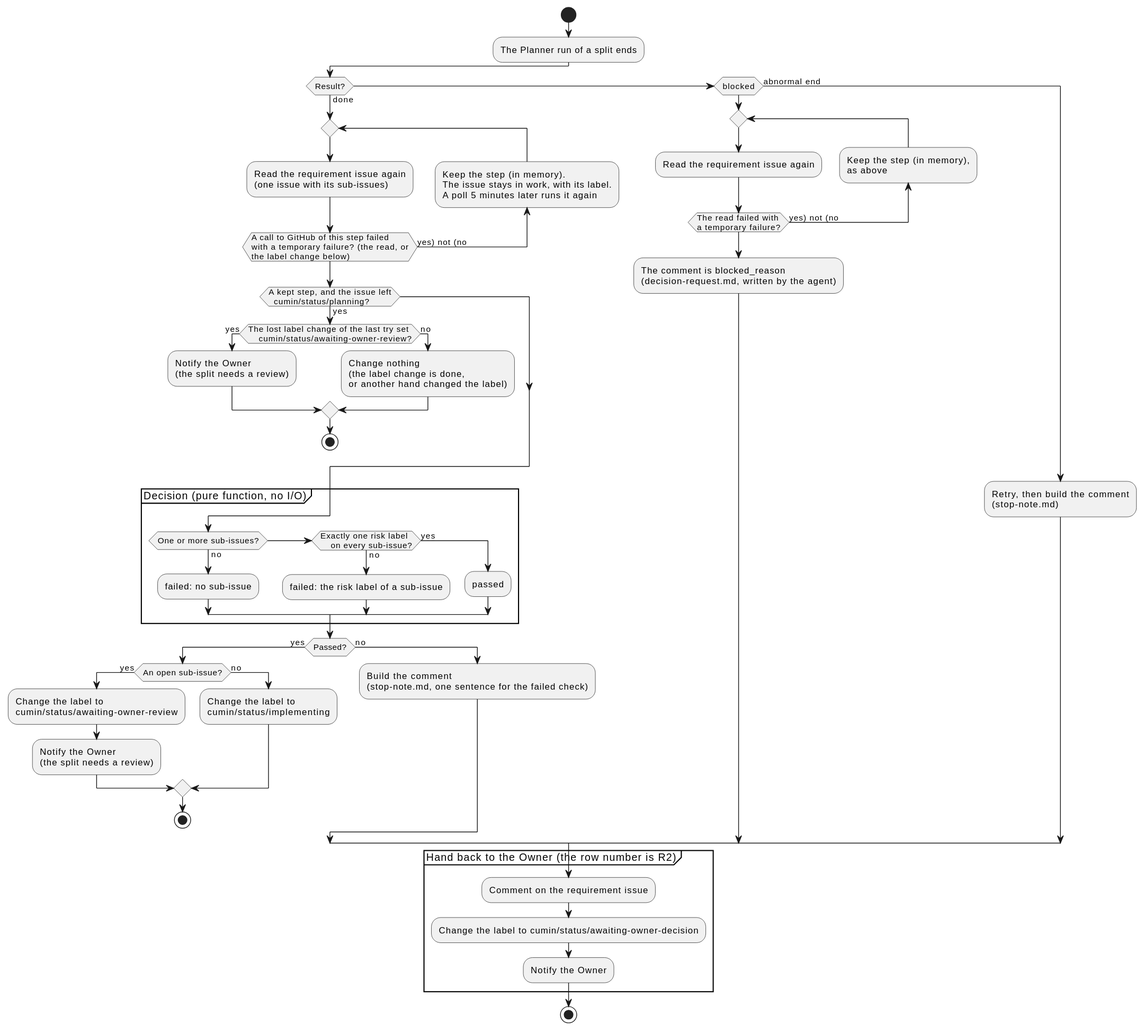
Before: docs/ja/designs/poll-split.svg, a diagram exported from PlantUML (cloveclovedev/cumin-works). The source it was exported from:
```plantuml
@startuml
skinparam shadowing false
skinparam defaultFontName sans-serif

start
:The Planner run of a split ends;
if (Result?) then (done)
  repeat
    :Read the requirement issue again
    (one issue with its sub-issues);
    backward :Keep the step (in memory).
    The issue stays in work, with its label.
    A poll 5 minutes later runs it again;
  repeat while (A call to GitHub of this step failed
  with a temporary failure? (the read, or
  the label change below)) is (yes) not (no)
  if (A kept step, and the issue left
  cumin/status/planning?) then (yes)
    if (The lost label change of the last try set
    cumin/status/awaiting-owner-review?) then (yes)
      :Notify the Owner
      (the split needs a review);
    else (no)
      :Change nothing
      (the label change is done,
      or another hand changed the label);
    endif
    stop
  endif
  partition "Decision (pure function, no I/O)" {
    if (One or more sub-issues?) then (no)
      :failed: no sub-issue;
    elseif (Exactly one risk label
    on every sub-issue?) then (no)
      :failed: the risk label of a sub-issue;
    else (yes)
      :passed;
    endif
  }
  if (Passed?) then (yes)
    if (An open sub-issue?) then (yes)
      :Change the label to
      cumin/status/awaiting-owner-review;
      :Notify the Owner
      (the split needs a review);
    else (no)
      :Change the label to
      cumin/status/implementing;
    endif
    stop
  else (no)
    :Build the comment
    (stop-note.md, one sentence for the failed check);
  endif
elseif (blocked) then
  repeat
    :Read the requirement issue again;
    backward :Keep the step (in memory),
    as above;
  repeat while (The read failed with
  a temporary failure?) is (yes) not (no)
  :The comment is blocked_reason
  (decision-request.md, written by the agent);
else (abnormal end)
  :Retry, then build the comment
  (stop-note.md);
endif

partition "Hand back to the Owner (the row number is R2)" {
  :Comment on the requirement issue;
  :Change the label to cumin/status/awaiting-owner-decision;
  :Notify the Owner;
}
stop
@enduml
```
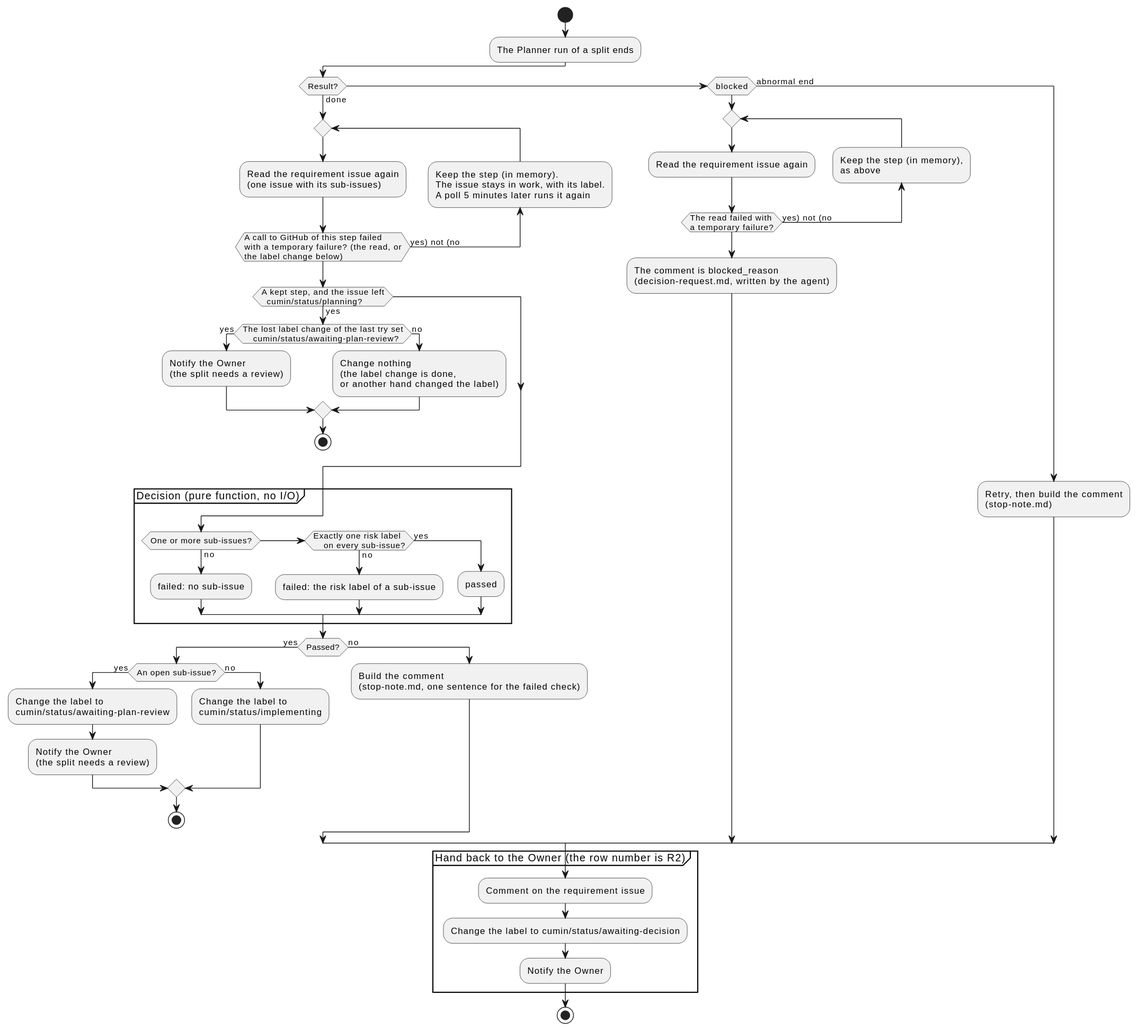
Above is the later version.

Diff of the diagram source:
```diff
@@ -17,7 +17,7 @@
   if (A kept step, and the issue left
   cumin/status/planning?) then (yes)
     if (The lost label change of the last try set
-    cumin/status/awaiting-owner-review?) then (yes)
+    cumin/status/awaiting-plan-review?) then (yes)
       :Notify the Owner
       (the split needs a review);
     else (no)
@@ -40,7 +40,7 @@
   if (Passed?) then (yes)
     if (An open sub-issue?) then (yes)
       :Change the label to
-      cumin/status/awaiting-owner-review;
+      cumin/status/awaiting-plan-review;
       :Notify the Owner
       (the split needs a review);
     else (no)
@@ -68,7 +68,7 @@
 
 partition "Hand back to the Owner (the row number is R2)" {
   :Comment on the requirement issue;
-  :Change the label to cumin/status/awaiting-owner-decision;
+  :Change the label to cumin/status/awaiting-decision;
   :Notify the Owner;
 }
 stop
```
